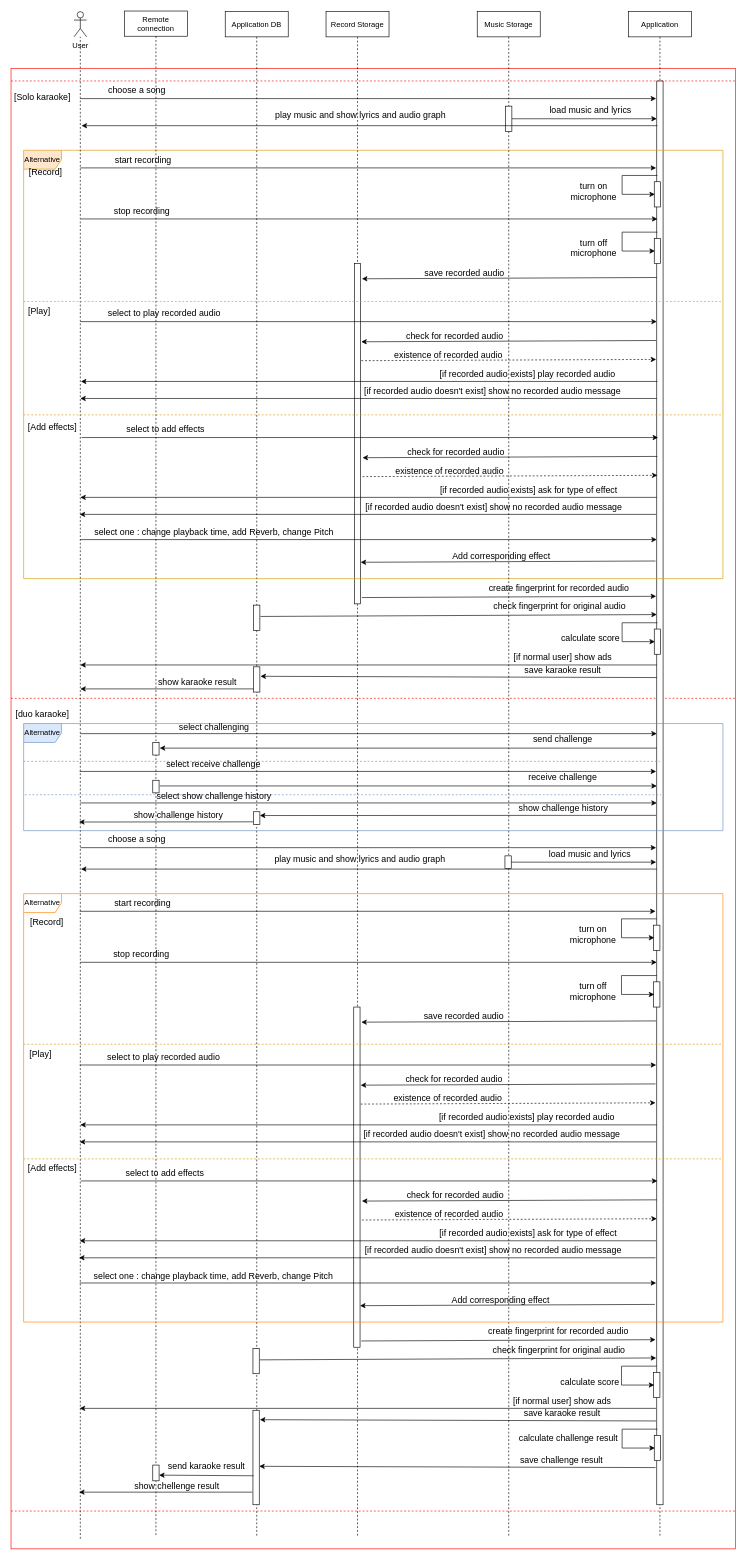
Above: page "Page-3" (3 of 4) of System Analysis/PocketKaraoke Sequence Diagram.drawio in FuSan21/PocketKaraoke (draw.io), before the change. Source tidied: cells renumbered, new cells numbered last; positions are measured from the earlier drawing's top-left corner, leaving out a move shared by most shapes. Both pictures are drawn from the tidied source at 63%, with x=0, y=0 at pixel (11, 11).
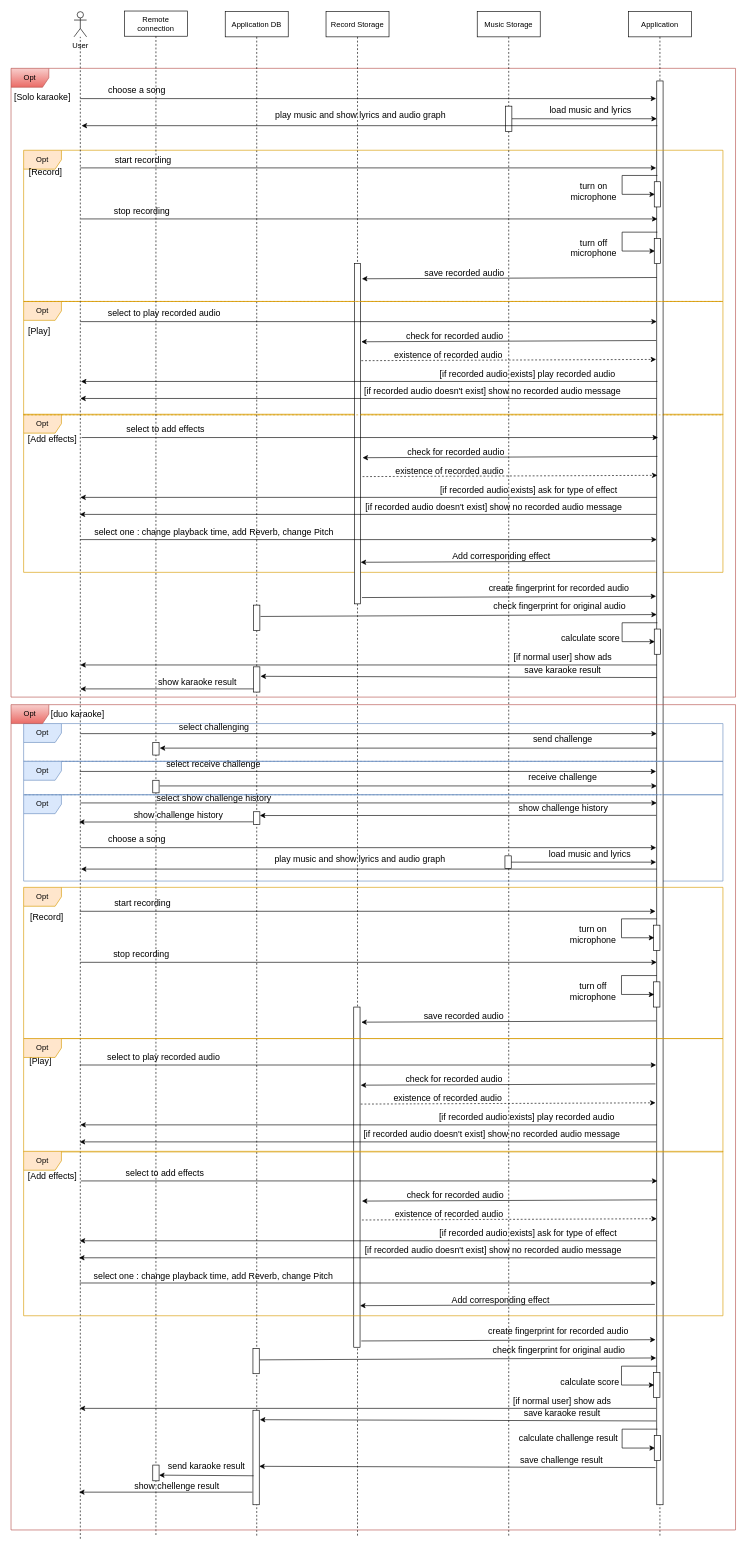
Above is the later version.

The change refers to these unchanged cells:
```xml
<mxCell id="3" value="Application DB" style="shape=umlLifeline;perimeter=lifelinePerimeter;rounded=0;shadow=0;strokeWidth=1;" parent="1" vertex="1">
  <mxGeometry x="340" y="1" width="100" height="2420" as="geometry" />
</mxCell>
```

The edit, as a diff of the source:
```diff
@@
-    <mxCell id="2" style="rounded=0;whiteSpace=wrap;html=1;fillColor=none;strokeColor=#FF0000;" parent="1" vertex="1">
-      <mxGeometry y="91" width="1150" height="2350" as="geometry" />
-    </mxCell>
+    <mxCell id="174" value="Opt" style="shape=umlFrame;whiteSpace=wrap;html=1;strokeColor=#d79b00;fillColor=#ffe6cc;" parent="1" vertex="1">
+      <mxGeometry x="20" y="640" width="1110" height="251" as="geometry" />
+    </mxCell>
+    <mxCell id="175" value="Opt" style="shape=umlFrame;whiteSpace=wrap;html=1;strokeColor=#d79b00;fillColor=#ffe6cc;" parent="1" vertex="1">
+      <mxGeometry x="20" y="461" width="1110" height="180" as="geometry" />
+    </mxCell>
+    <mxCell id="176" value="Opt" style="shape=umlFrame;whiteSpace=wrap;html=1;strokeColor=#6c8ebf;fillColor=#dae8fc;" parent="1" vertex="1">
+      <mxGeometry x="20" y="1244" width="1110" height="137" as="geometry" />
+    </mxCell>
+    <mxCell id="177" value="Opt" style="shape=umlFrame;whiteSpace=wrap;html=1;strokeColor=#b85450;fillColor=#f8cecc;gradientColor=#ea6b66;" parent="1" vertex="1">
+      <mxGeometry y="91" width="1150" height="998" as="geometry" />
+    </mxCell>
@@
-    <mxCell id="6" style="endArrow=none;dashed=1;html=1;rounded=0;exitX=0;exitY=0.102;exitDx=0;exitDy=0;exitPerimeter=0;entryX=1;entryY=0.102;entryDx=0;entryDy=0;entryPerimeter=0;strokeColor=#FF0000;" parent="3" edge="1">
-      <mxGeometry relative="1" as="geometry">
-        <mxPoint x="-340" y="1090" as="sourcePoint" />
-        <mxPoint x="810" y="1090" as="targetPoint" />
-      </mxGeometry>
-    </mxCell>
-    <mxCell id="7" style="endArrow=none;dashed=1;html=1;rounded=0;exitX=0;exitY=0.102;exitDx=0;exitDy=0;exitPerimeter=0;entryX=1;entryY=0.102;entryDx=0;entryDy=0;entryPerimeter=0;strokeColor=#FF0000;" parent="3" edge="1">
-      <mxGeometry relative="1" as="geometry">
-        <mxPoint x="-340" y="2380" as="sourcePoint" />
-        <mxPoint x="810" y="2380" as="targetPoint" />
-      </mxGeometry>
-    </mxCell>
@@
-    <mxCell id="17" value="Alternative" style="shape=umlFrame;whiteSpace=wrap;html=1;strokeColor=#d79b00;fillColor=#ffe6cc;" parent="1" vertex="1">
-      <mxGeometry x="20" y="221" width="1110" height="680" as="geometry" />
+    <mxCell id="17" value="Opt" style="shape=umlFrame;whiteSpace=wrap;html=1;strokeColor=#d79b00;fillColor=#ffe6cc;" parent="1" vertex="1">
+      <mxGeometry x="20" y="221" width="1110" height="240" as="geometry" />
     </mxCell>
@@
     <mxCell id="43" value="[Play]" style="text;html=1;strokeColor=none;fillColor=none;align=center;verticalAlign=middle;whiteSpace=wrap;rounded=0;fontSize=14;" parent="1" vertex="1">
-      <mxGeometry x="20" y="461" width="50" height="30" as="geometry" />
+      <mxGeometry x="20" y="493" width="50" height="30" as="geometry" />
     </mxCell>
@@
     <mxCell id="55" value="[Add effects]" style="text;html=1;strokeColor=none;fillColor=none;align=center;verticalAlign=middle;whiteSpace=wrap;rounded=0;fontSize=14;" parent="1" vertex="1">
-      <mxGeometry x="22" y="645" width="88" height="30" as="geometry" />
+      <mxGeometry x="22" y="665" width="88" height="30" as="geometry" />
     </mxCell>
@@
-    <mxCell id="88" value="Alternative" style="shape=umlFrame;whiteSpace=wrap;html=1;strokeColor=#FF8000;" parent="1" vertex="1">
-      <mxGeometry x="20" y="1401" width="1110" height="680" as="geometry" />
-    </mxCell>
@@
     <mxCell id="92" value="[duo karaoke]" style="text;html=1;strokeColor=none;fillColor=none;align=center;verticalAlign=middle;whiteSpace=wrap;rounded=0;fontSize=14;" parent="1" vertex="1">
-      <mxGeometry y="1101" width="100" height="30" as="geometry" />
+      <mxGeometry x="56" y="1101" width="100" height="30" as="geometry" />
     </mxCell>
@@
     <mxCell id="95" value="[Record]" style="text;html=1;strokeColor=none;fillColor=none;align=center;verticalAlign=middle;whiteSpace=wrap;rounded=0;fontSize=14;" parent="1" vertex="1">
-      <mxGeometry x="22" y="1431" width="70" height="30" as="geometry" />
+      <mxGeometry x="22" y="1424" width="70" height="30" as="geometry" />
     </mxCell>
@@
-    <mxCell id="110" style="endArrow=none;dashed=1;html=1;rounded=0;strokeColor=#d79b00;fillColor=#ffe6cc;" parent="1" edge="1">
-      <mxGeometry relative="1" as="geometry">
-        <mxPoint x="20" y="1640" as="sourcePoint" />
-        <mxPoint x="1130" y="1640" as="targetPoint" />
-      </mxGeometry>
-    </mxCell>
     <mxCell id="111" value="[Play]" style="text;html=1;strokeColor=none;fillColor=none;align=center;verticalAlign=middle;whiteSpace=wrap;rounded=0;fontSize=14;" parent="1" vertex="1">
-      <mxGeometry x="22" y="1641" width="50" height="30" as="geometry" />
+      <mxGeometry x="22" y="1652" width="50" height="30" as="geometry" />
     </mxCell>
@@
-    <mxCell id="122" style="endArrow=none;dashed=1;html=1;rounded=0;strokeColor=#d79b00;fillColor=#ffe6cc;" parent="1" edge="1">
-      <mxGeometry relative="1" as="geometry">
-        <mxPoint x="20" y="1822" as="sourcePoint" />
-        <mxPoint x="1130" y="1822" as="targetPoint" />
-      </mxGeometry>
-    </mxCell>
     <mxCell id="123" value="[Add effects]" style="text;html=1;strokeColor=none;fillColor=none;align=center;verticalAlign=middle;whiteSpace=wrap;rounded=0;fontSize=14;" parent="1" vertex="1">
-      <mxGeometry x="22" y="1821" width="88" height="30" as="geometry" />
+      <mxGeometry x="22" y="1835" width="88" height="30" as="geometry" />
     </mxCell>
@@
-    <mxCell id="148" value="Alternative" style="shape=umlFrame;whiteSpace=wrap;html=1;strokeColor=#6c8ebf;fillColor=#dae8fc;" parent="1" vertex="1">
-      <mxGeometry x="20" y="1131" width="1110" height="170" as="geometry" />
+    <mxCell id="148" value="Opt" style="shape=umlFrame;whiteSpace=wrap;html=1;strokeColor=#6c8ebf;fillColor=#dae8fc;" parent="1" vertex="1">
+      <mxGeometry x="20" y="1131" width="1110" height="60" as="geometry" />
     </mxCell>
@@
     <mxCell id="162" value="select show challenge history" style="text;html=1;strokeColor=none;fillColor=none;align=center;verticalAlign=middle;whiteSpace=wrap;rounded=0;fontSize=14;" parent="1" vertex="1">
-      <mxGeometry x="124" y="1231" width="397" height="30" as="geometry" />
+      <mxGeometry x="124" y="1234" width="397" height="30" as="geometry" />
     </mxCell>
@@
-    <mxCell id="170" style="endArrow=none;dashed=1;html=1;rounded=0;exitX=0;exitY=0.102;exitDx=0;exitDy=0;exitPerimeter=0;entryX=1;entryY=0.102;entryDx=0;entryDy=0;entryPerimeter=0;strokeColor=#FF0000;" parent="1" edge="1">
-      <mxGeometry relative="1" as="geometry">
-        <mxPoint y="111" as="sourcePoint" />
-        <mxPoint x="1150" y="111" as="targetPoint" />
-      </mxGeometry>
-    </mxCell>
@@
+    <mxCell id="178" value="Opt" style="shape=umlFrame;whiteSpace=wrap;html=1;strokeColor=#6c8ebf;fillColor=#dae8fc;" parent="1" vertex="1">
+      <mxGeometry x="20" y="1191" width="1110" height="53" as="geometry" />
+    </mxCell>
+    <mxCell id="179" value="Opt" style="shape=umlFrame;whiteSpace=wrap;html=1;strokeColor=#d79b00;fillColor=#ffe6cc;" parent="1" vertex="1">
+      <mxGeometry x="20" y="1391" width="1110" height="240" as="geometry" />
+    </mxCell>
+    <mxCell id="180" value="Opt" style="shape=umlFrame;whiteSpace=wrap;html=1;strokeColor=#d79b00;fillColor=#ffe6cc;" parent="1" vertex="1">
+      <mxGeometry x="20" y="1631" width="1110" height="180" as="geometry" />
+    </mxCell>
+    <mxCell id="181" value="Opt" style="shape=umlFrame;whiteSpace=wrap;html=1;strokeColor=#d79b00;fillColor=#ffe6cc;" parent="1" vertex="1">
+      <mxGeometry x="20" y="1810" width="1110" height="261" as="geometry" />
+    </mxCell>
+    <mxCell id="182" value="Opt" style="shape=umlFrame;whiteSpace=wrap;html=1;strokeColor=#b85450;fillColor=#f8cecc;gradientColor=#ea6b66;" parent="1" vertex="1">
+      <mxGeometry y="1101" width="1150" height="1310" as="geometry" />
+    </mxCell>
```
